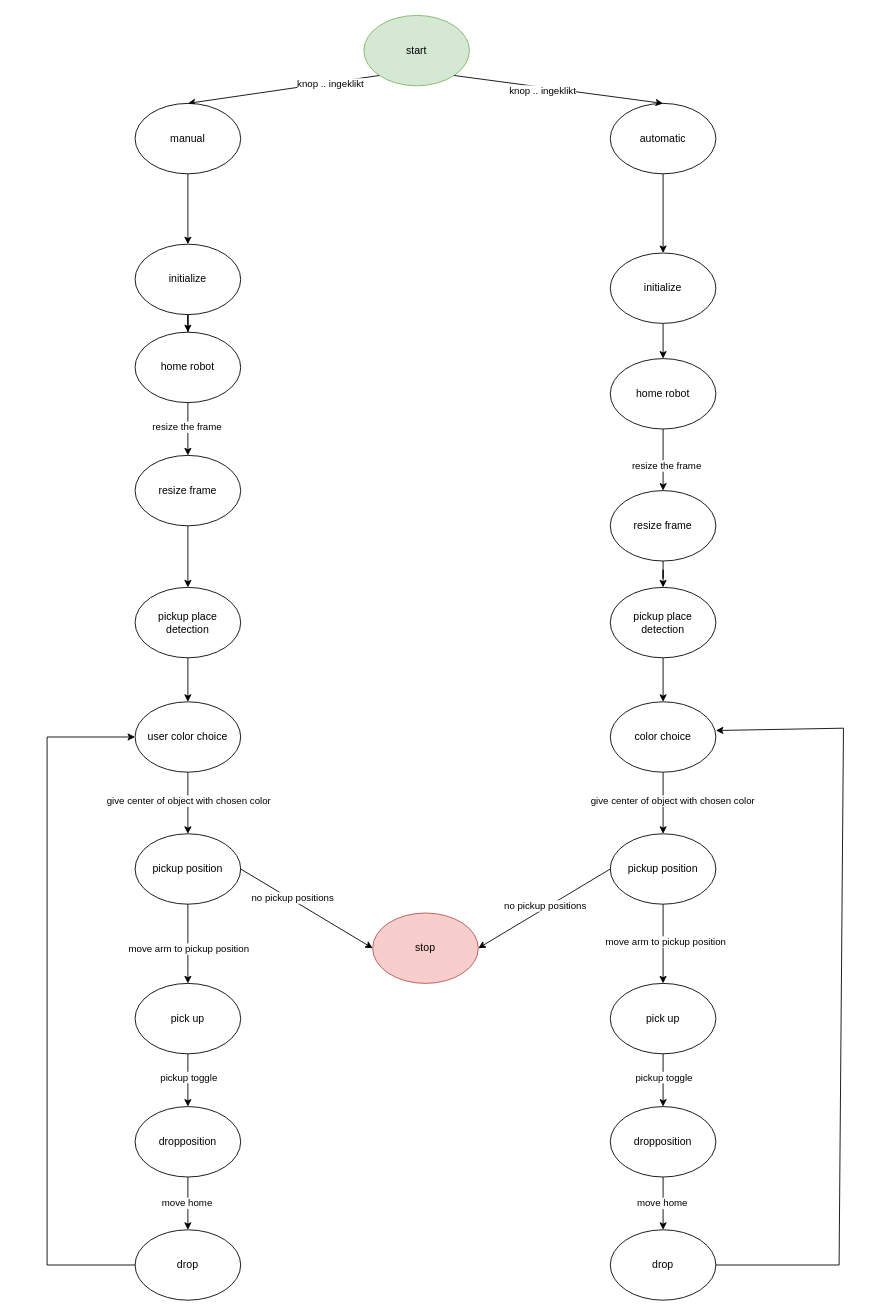
WinnenVanB2IsBelangrijkerDanMeedoen/EndAssigmentMain-SDA3 keeps this draw.io diagram as State diagram.drawio. Above is the earlier version. Source tidied: cells renumbered, new cells numbered last; positions are measured from the earlier drawing's top-left corner, leaving out a move shared by most shapes. Both pictures are drawn from the tidied source at 88%, with x=0, y=0 at pixel (47, 15).
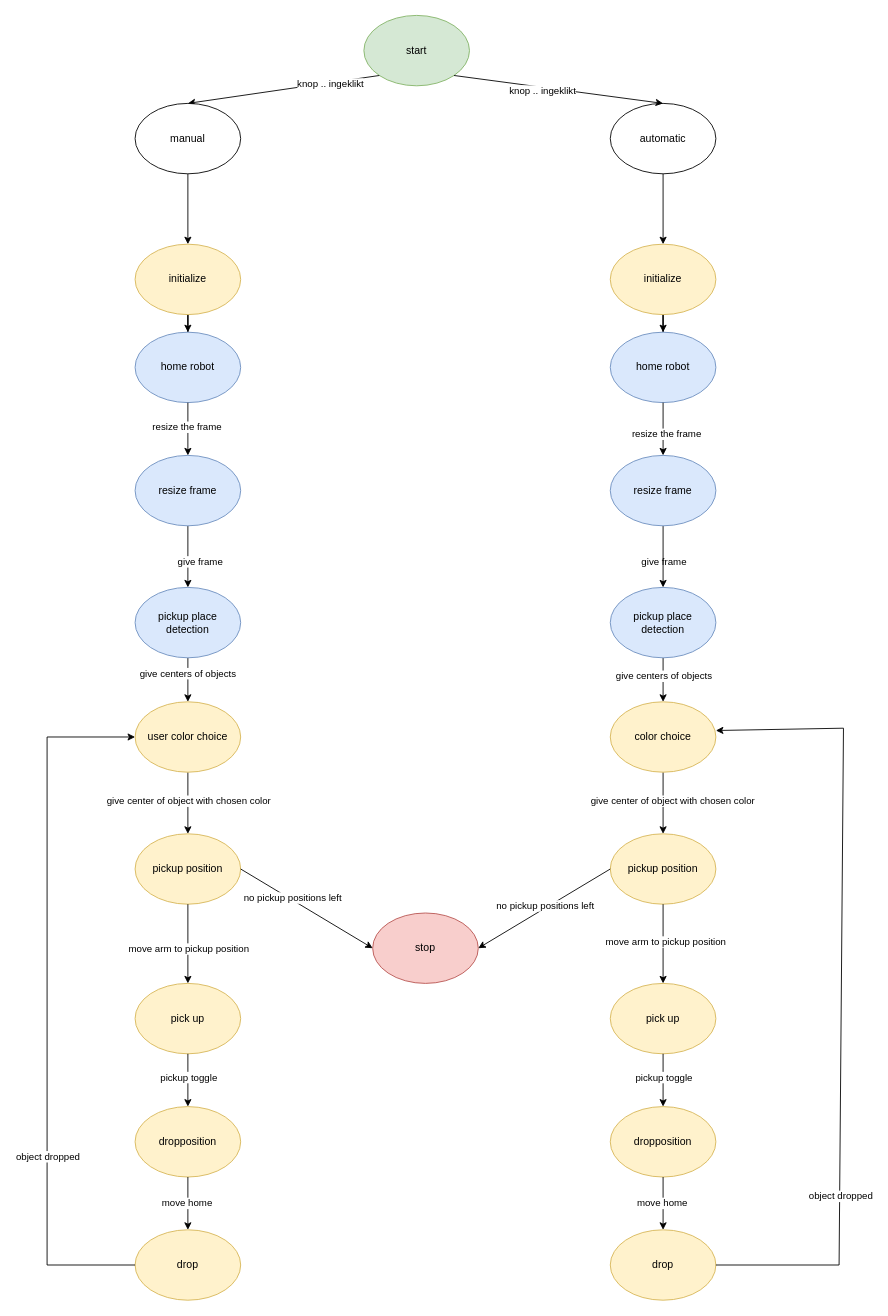
After the change.

Unchanged cells that the change refers to:
```xml
<mxCell id="14" style="endArrow=classic;html=1;rounded=0;exitX=1;exitY=0.5;exitDx=0;exitDy=0;entryX=1;entryY=0.408;entryDx=0;entryDy=0;entryPerimeter=0;" parent="1" edge="1" source="7" target="48">
  <mxGeometry relative="1" as="geometry">
    <Array as="points">
      <mxPoint x="900" y="1420" />
      <mxPoint x="905" y="810" />
    </Array>
  </mxGeometry>
</mxCell>
<mxCell id="36" style="endArrow=classic;html=1;rounded=0;exitX=0;exitY=0.5;exitDx=0;exitDy=0;entryX=0;entryY=0.5;entryDx=0;entryDy=0;" parent="1" edge="1" source="29" target="45">
  <mxGeometry relative="1" as="geometry">
    <Array as="points">
      <mxPoint y="1420" />
      <mxPoint y="820" />
    </Array>
  </mxGeometry>
</mxCell>
<mxCell id="38" style="edgeStyle=orthogonalEdgeStyle;rounded=0;jettySize=auto;html=1;" parent="1" edge="1" source="39" target="43">
  <mxGeometry relative="1" as="geometry" />
</mxCell>
<mxCell id="42" style="edgeStyle=orthogonalEdgeStyle;rounded=0;jettySize=auto;html=1;" parent="1" edge="1" source="43" target="45">
  <mxGeometry relative="1" as="geometry" />
</mxCell>
<mxCell id="57" style="endArrow=classic;html=1;rounded=0;exitX=1;exitY=0.5;exitDx=0;exitDy=0;entryX=0;entryY=0.5;entryDx=0;entryDy=0;" parent="1" edge="1" source="24" target="56">
  <mxGeometry relative="1" as="geometry" />
</mxCell>
<mxCell id="59" style="endArrow=classic;html=1;rounded=0;exitX=0;exitY=0.5;exitDx=0;exitDy=0;entryX=1;entryY=0.5;entryDx=0;entryDy=0;" parent="1" edge="1" source="2" target="56">
  <mxGeometry relative="1" as="geometry" />
</mxCell>
```

The edit, as a diff of the source:
```diff
@@
-    <mxCell id="2" value="pickup position" style="ellipse;whiteSpace=wrap;html=1;" parent="1" vertex="1">
+    <mxCell id="2" value="pickup position" style="ellipse;whiteSpace=wrap;html=1;fillColor=#fff2cc;strokeColor=#d6b656;" parent="1" vertex="1">
       <mxGeometry x="640" y="930" width="120" height="80" as="geometry" />
     </mxCell>
@@
-    <mxCell id="5" value="pick up" style="ellipse;whiteSpace=wrap;html=1;" parent="1" vertex="1">
+    <mxCell id="5" value="pick up" style="ellipse;whiteSpace=wrap;html=1;fillColor=#fff2cc;strokeColor=#d6b656;" parent="1" vertex="1">
       <mxGeometry x="640" y="1100" width="120" height="80" as="geometry" />
     </mxCell>
-    <mxCell id="6" value="dropposition" style="ellipse;whiteSpace=wrap;html=1;" parent="1" vertex="1">
+    <mxCell id="6" value="dropposition" style="ellipse;whiteSpace=wrap;html=1;fillColor=#fff2cc;strokeColor=#d6b656;" parent="1" vertex="1">
       <mxGeometry x="640" y="1240" width="120" height="80" as="geometry" />
     </mxCell>
-    <mxCell id="7" value="drop" style="ellipse;whiteSpace=wrap;html=1;" parent="1" vertex="1">
+    <mxCell id="7" value="drop" style="ellipse;whiteSpace=wrap;html=1;fillColor=#fff2cc;strokeColor=#d6b656;" parent="1" vertex="1">
       <mxGeometry x="640" y="1380" width="120" height="80" as="geometry" />
     </mxCell>
@@
-    <mxCell id="9" value="initialize" style="ellipse;whiteSpace=wrap;html=1;" parent="1" vertex="1">
-      <mxGeometry x="640" y="270" width="120" height="80" as="geometry" />
+    <mxCell id="9" value="initialize" style="ellipse;whiteSpace=wrap;html=1;fillColor=#fff2cc;strokeColor=#d6b656;" parent="1" vertex="1">
+      <mxGeometry x="640" y="260" width="120" height="80" as="geometry" />
     </mxCell>
@@
+    <mxCell id="62" value="object dropped" style="edgeLabel;html=1;align=center;verticalAlign=middle;" parent="14" vertex="1">
+      <mxGeometry x="-0.51" y="-1" relative="1" as="geometry" />
+    </mxCell>
@@
-    <mxCell id="24" value="pickup position" style="ellipse;whiteSpace=wrap;html=1;" parent="1" vertex="1">
+    <mxCell id="24" value="pickup position" style="ellipse;whiteSpace=wrap;html=1;fillColor=#fff2cc;strokeColor=#d6b656;" parent="1" vertex="1">
       <mxGeometry x="100" y="930" width="120" height="80" as="geometry" />
     </mxCell>
@@
-    <mxCell id="27" value="pick up" style="ellipse;whiteSpace=wrap;html=1;" parent="1" vertex="1">
+    <mxCell id="27" value="pick up" style="ellipse;whiteSpace=wrap;html=1;fillColor=#fff2cc;strokeColor=#d6b656;" parent="1" vertex="1">
       <mxGeometry x="100" y="1100" width="120" height="80" as="geometry" />
     </mxCell>
-    <mxCell id="28" value="dropposition" style="ellipse;whiteSpace=wrap;html=1;" parent="1" vertex="1">
+    <mxCell id="28" value="dropposition" style="ellipse;whiteSpace=wrap;html=1;fillColor=#fff2cc;strokeColor=#d6b656;" parent="1" vertex="1">
       <mxGeometry x="100" y="1240" width="120" height="80" as="geometry" />
     </mxCell>
-    <mxCell id="29" value="drop" style="ellipse;whiteSpace=wrap;html=1;" parent="1" vertex="1">
+    <mxCell id="29" value="drop" style="ellipse;whiteSpace=wrap;html=1;fillColor=#fff2cc;strokeColor=#d6b656;" parent="1" vertex="1">
       <mxGeometry x="100" y="1380" width="120" height="80" as="geometry" />
     </mxCell>
@@
-    <mxCell id="31" value="initialize" style="ellipse;whiteSpace=wrap;html=1;" parent="1" vertex="1">
+    <mxCell id="31" value="initialize" style="ellipse;whiteSpace=wrap;html=1;fillColor=#fff2cc;strokeColor=#d6b656;" parent="1" vertex="1">
       <mxGeometry x="100" y="260" width="120" height="80" as="geometry" />
     </mxCell>
@@
+    <mxCell id="63" value="object dropped" style="edgeLabel;html=1;align=center;verticalAlign=middle;" parent="36" vertex="1">
+      <mxGeometry x="-0.44" relative="1" as="geometry" />
+    </mxCell>
-    <mxCell id="37" value="home robot" style="ellipse;whiteSpace=wrap;html=1;" parent="1" vertex="1">
+    <mxCell id="37" value="home robot" style="ellipse;whiteSpace=wrap;html=1;fillColor=#dae8fc;strokeColor=#6c8ebf;" parent="1" vertex="1">
       <mxGeometry x="100" y="360" width="120" height="80" as="geometry" />
     </mxCell>
@@
+    <mxCell id="64" value="give frame" style="edgeLabel;html=1;align=center;verticalAlign=middle;" parent="38" vertex="1">
+      <mxGeometry x="-0.14" y="3" relative="1" as="geometry">
+        <mxPoint x="537" y="10" as="offset" />
+      </mxGeometry>
+    </mxCell>
-    <mxCell id="39" value="resize frame" style="ellipse;whiteSpace=wrap;html=1;" parent="1" vertex="1">
+    <mxCell id="39" value="resize frame" style="ellipse;whiteSpace=wrap;html=1;fillColor=#dae8fc;strokeColor=#6c8ebf;" parent="1" vertex="1">
       <mxGeometry x="100" y="500" width="120" height="80" as="geometry" />
     </mxCell>
@@
+    <mxCell id="65" value="give centers of objects" style="edgeLabel;html=1;align=center;verticalAlign=middle;" parent="42" vertex="1">
+      <mxGeometry x="-0.32" y="-1" relative="1" as="geometry" />
+    </mxCell>
-    <mxCell id="43" value="pickup place detection" style="ellipse;whiteSpace=wrap;html=1;" parent="1" vertex="1">
+    <mxCell id="43" value="pickup place detection" style="ellipse;whiteSpace=wrap;html=1;fillColor=#dae8fc;strokeColor=#6c8ebf;" parent="1" vertex="1">
       <mxGeometry x="100" y="650" width="120" height="80" as="geometry" />
     </mxCell>
@@
-    <mxCell id="45" value="user color choice" style="ellipse;whiteSpace=wrap;html=1;" parent="1" vertex="1">
+    <mxCell id="45" value="user color choice" style="ellipse;whiteSpace=wrap;html=1;fillColor=#fff2cc;strokeColor=#d6b656;" parent="1" vertex="1">
       <mxGeometry x="100" y="780" width="120" height="80" as="geometry" />
     </mxCell>
@@
-    <mxCell id="48" value="color choice" style="ellipse;whiteSpace=wrap;html=1;" parent="1" vertex="1">
+    <mxCell id="48" value="color choice" style="ellipse;whiteSpace=wrap;html=1;fillColor=#fff2cc;strokeColor=#d6b656;" parent="1" vertex="1">
       <mxGeometry x="640" y="780" width="120" height="80" as="geometry" />
     </mxCell>
@@
-    <mxCell id="50" value="pickup place detection" style="ellipse;whiteSpace=wrap;html=1;" parent="1" vertex="1">
+    <mxCell id="50" value="pickup place detection" style="ellipse;whiteSpace=wrap;html=1;fillColor=#dae8fc;strokeColor=#6c8ebf;" parent="1" vertex="1">
       <mxGeometry x="640" y="650" width="120" height="80" as="geometry" />
     </mxCell>
-    <mxCell id="51" value="home robot" style="ellipse;whiteSpace=wrap;html=1;" parent="1" vertex="1">
-      <mxGeometry x="640" y="390" width="120" height="80" as="geometry" />
+    <mxCell id="51" value="home robot" style="ellipse;whiteSpace=wrap;html=1;fillColor=#dae8fc;strokeColor=#6c8ebf;" parent="1" vertex="1">
+      <mxGeometry x="640" y="360" width="120" height="80" as="geometry" />
     </mxCell>
@@
-    <mxCell id="55" value="resize frame" style="ellipse;whiteSpace=wrap;html=1;" parent="1" vertex="1">
-      <mxGeometry x="640" y="540" width="120" height="80" as="geometry" />
+    <mxCell id="55" value="resize frame" style="ellipse;whiteSpace=wrap;html=1;fillColor=#dae8fc;strokeColor=#6c8ebf;" parent="1" vertex="1">
+      <mxGeometry x="640" y="500" width="120" height="80" as="geometry" />
     </mxCell>
@@
-    <mxCell id="58" value="no pickup positions" style="edgeLabel;html=1;align=center;verticalAlign=middle;" parent="57" vertex="1">
+    <mxCell id="58" value="no pickup positions left" style="edgeLabel;html=1;align=center;verticalAlign=middle;" parent="57" vertex="1">
       <mxGeometry x="-0.23" y="2" relative="1" as="geometry" />
     </mxCell>
@@
-    <mxCell id="60" value="no pickup positions" style="edgeLabel;html=1;align=center;verticalAlign=middle;" parent="59" vertex="1">
+    <mxCell id="60" value="no pickup positions left" style="edgeLabel;html=1;align=center;verticalAlign=middle;" parent="59" vertex="1">
       <mxGeometry x="-0.03" y="-3" relative="1" as="geometry" />
     </mxCell>
@@
+    <mxCell id="66" value="give frame" style="edgeLabel;html=1;align=center;verticalAlign=middle;" parent="1" vertex="1">
+      <mxGeometry x="173" y="620" as="geometry" />
+    </mxCell>
+    <mxCell id="67" value="give centers of objects" style="edgeLabel;html=1;align=center;verticalAlign=middle;" parent="1" vertex="1">
+      <mxGeometry x="700" y="750" as="geometry" />
+    </mxCell>
```
